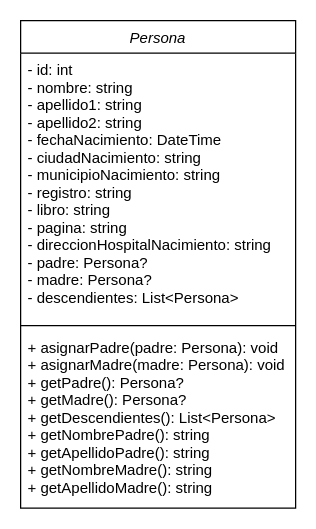
migueldju/FamilyTree keeps this draw.io diagram as DiagramaPractica2.drawio. Above is the earlier version. Source tidied: cells renumbered, new cells numbered last; positions are measured from the earlier drawing's top-left corner, leaving out a move shared by most shapes. Both pictures are drawn from the tidied source at 125%, with x=0, y=0 at pixel (20, 20).
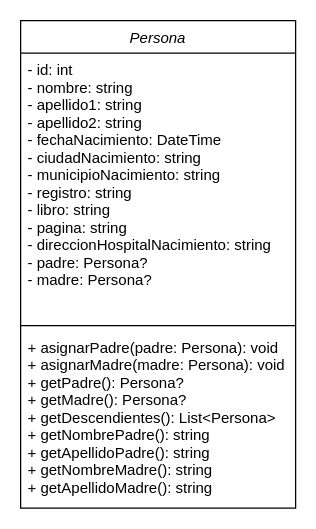
After the change.

Change to the diagram source:
```diff
@@
 <mxGraphModel>
   <root>
     <mxCell id="0" />
     <mxCell id="1" parent="0" />
     <mxCell id="2" value="Persona" style="swimlane;fontStyle=2;align=center;verticalAlign=top;horizontal=1;startSize=26;rounded=0;shadow=0;strokeWidth=1;" parent="1" vertex="1">
       <mxGeometry width="220" height="390" as="geometry" />
     </mxCell>
-    <mxCell id="3" value="- id: int&#10;- nombre: string&#10;- apellido1: string &#10;- apellido2: string&#10;- fechaNacimiento: DateTime&#10;- ciudadNacimiento: string &#10;- municipioNacimiento: string&#10;- registro: string &#10;- libro: string &#10;- pagina: string &#10;- direccionHospitalNacimiento: string&#10;- padre: Persona? &#10;- madre: Persona? &#10;- descendientes: List&lt;Persona&gt;" style="text;align=left;verticalAlign=top;spacingLeft=4;spacingRight=4;overflow=hidden;" parent="2" vertex="1">
+    <mxCell id="3" value="- id: int&#10;- nombre: string&#10;- apellido1: string &#10;- apellido2: string&#10;- fechaNacimiento: DateTime&#10;- ciudadNacimiento: string &#10;- municipioNacimiento: string&#10;- registro: string &#10;- libro: string &#10;- pagina: string &#10;- direccionHospitalNacimiento: string&#10;- padre: Persona? &#10;- madre: Persona? " style="text;align=left;verticalAlign=top;spacingLeft=4;spacingRight=4;overflow=hidden;" parent="2" vertex="1">
       <mxGeometry y="26" width="220" height="214" as="geometry" />
     </mxCell>
     <mxCell id="4" style="line;html=1;strokeWidth=1;align=left;verticalAlign=middle;spacingTop=-1;spacingLeft=3;spacingRight=3;labelPosition=right;" parent="2" vertex="1">
       <mxGeometry y="240" width="220" height="8" as="geometry" />
     </mxCell>
     <mxCell id="5" value="+ asignarPadre(padre: Persona): void &#10;+ asignarMadre(madre: Persona): void &#10;+ getPadre(): Persona? &#10;+ getMadre(): Persona? &#10;+ getDescendientes(): List&lt;Persona&gt; &#10;+ getNombrePadre(): string&#10;+ getApellidoPadre(): string&#10;+ getNombreMadre(): string&#10;+ getApellidoMadre(): string" style="text;align=left;verticalAlign=top;spacingLeft=4;spacingRight=4;overflow=hidden;" parent="2" vertex="1">
       <mxGeometry y="248" width="220" height="142" as="geometry" />
     </mxCell>
   </root>
 </mxGraphModel>
```
